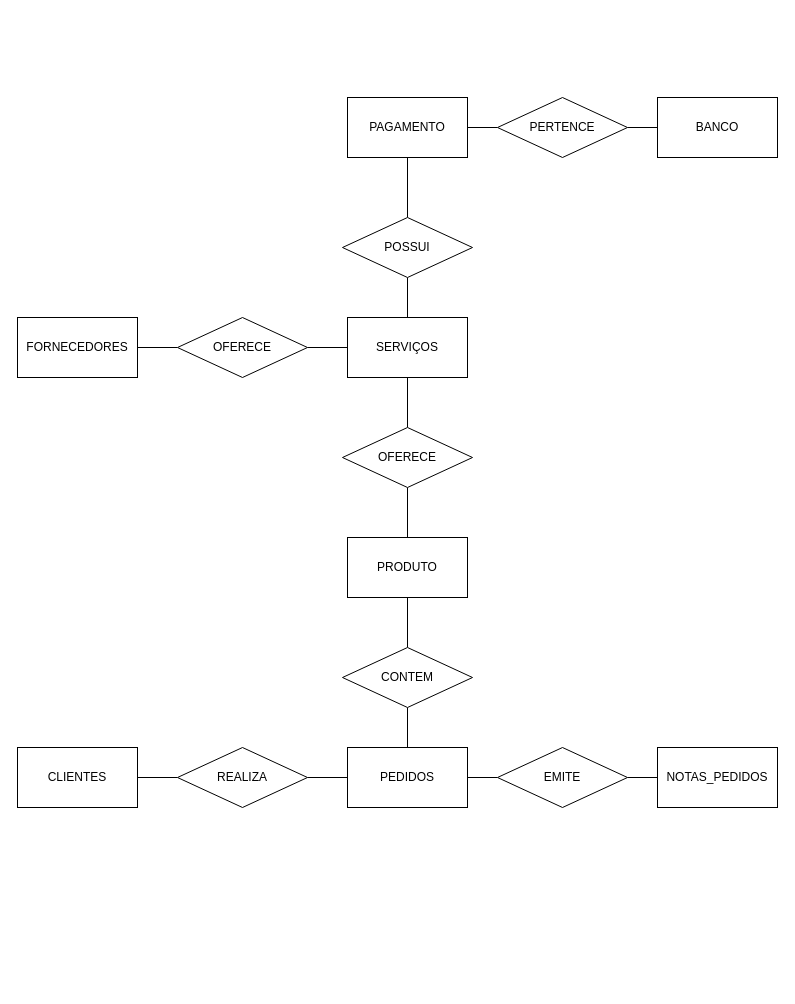
This is agencia_de_turismo_DER.drawio from GustavoSouza123/ERDs, a draw.io file, before an edit. Source tidied: cells renumbered, new cells numbered last; positions are measured from the earlier drawing's top-left corner, leaving out a move shared by most shapes. Both pictures are drawn from the tidied source at 100%, with x=0, y=0 at pixel (17, 97).
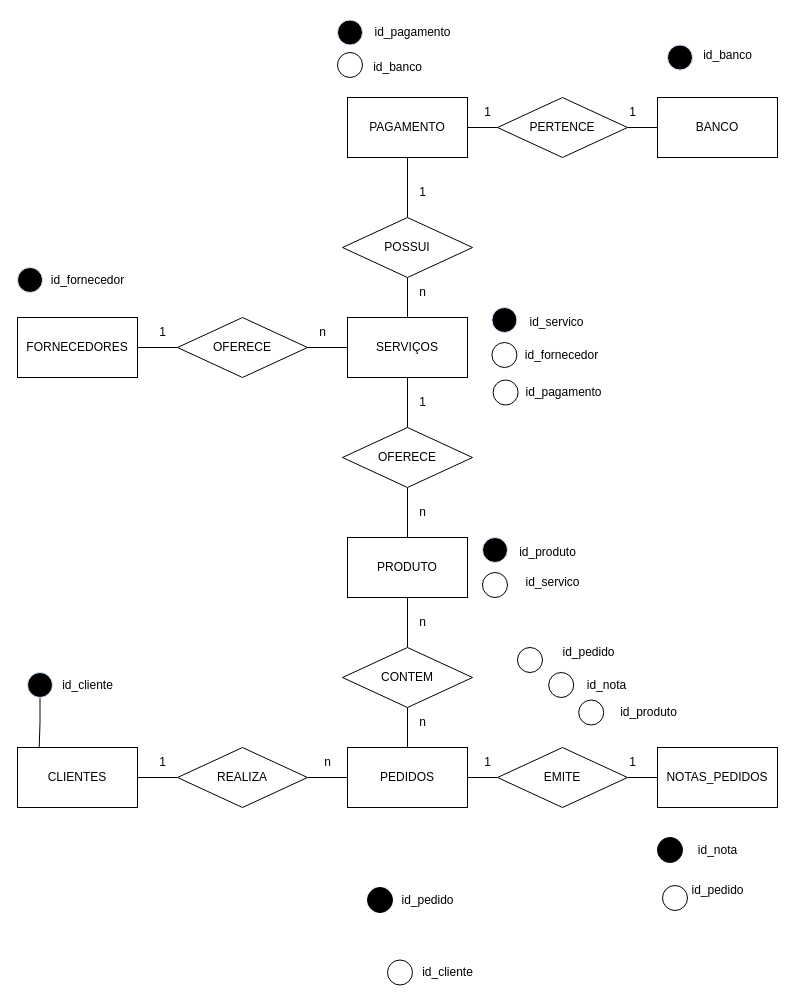
Above is the later version.

Commit message:
almost finished: agencia_de_turismo_DER.drawio

Unchanged cells that the change refers to:
```xml
<mxCell id="13" value="CLIENTES" style="rounded=0;whiteSpace=wrap;html=1;" parent="1" vertex="1">
  <mxGeometry y="650" width="120" height="60" as="geometry" />
</mxCell>
```

What changed in the source:
```diff
@@
+    <mxCell id="31" value="1" style="text;html=1;align=center;verticalAlign=middle;strokeColor=none;fillColor=none;" parent="1" vertex="1">
+      <mxGeometry x="130" y="220" width="30" height="30" as="geometry" />
+    </mxCell>
+    <mxCell id="32" value="n" style="text;html=1;align=center;verticalAlign=middle;strokeColor=none;fillColor=none;" parent="1" vertex="1">
+      <mxGeometry x="290" y="220" width="30" height="30" as="geometry" />
+    </mxCell>
+    <mxCell id="33" value="1" style="text;html=1;align=center;verticalAlign=middle;strokeColor=none;fillColor=none;" parent="1" vertex="1">
+      <mxGeometry x="390" y="290" width="30" height="30" as="geometry" />
+    </mxCell>
+    <mxCell id="34" value="n" style="text;html=1;align=center;verticalAlign=middle;strokeColor=none;fillColor=none;" parent="1" vertex="1">
+      <mxGeometry x="390" y="400" width="30" height="30" as="geometry" />
+    </mxCell>
+    <mxCell id="35" value="1" style="text;html=1;align=center;verticalAlign=middle;strokeColor=none;fillColor=none;" parent="1" vertex="1">
+      <mxGeometry x="390" y="80" width="30" height="30" as="geometry" />
+    </mxCell>
+    <mxCell id="36" value="n" style="text;html=1;align=center;verticalAlign=middle;strokeColor=none;fillColor=none;" parent="1" vertex="1">
+      <mxGeometry x="390" y="180" width="30" height="30" as="geometry" />
+    </mxCell>
+    <mxCell id="37" value="1" style="text;html=1;align=center;verticalAlign=middle;strokeColor=none;fillColor=none;" parent="1" vertex="1">
+      <mxGeometry x="600" width="30" height="30" as="geometry" />
+    </mxCell>
+    <mxCell id="38" value="1" style="text;html=1;align=center;verticalAlign=middle;strokeColor=none;fillColor=none;" parent="1" vertex="1">
+      <mxGeometry x="455" width="30" height="30" as="geometry" />
+    </mxCell>
+    <mxCell id="39" value="n" style="text;html=1;align=center;verticalAlign=middle;strokeColor=none;fillColor=none;" parent="1" vertex="1">
+      <mxGeometry x="390" y="610" width="30" height="30" as="geometry" />
+    </mxCell>
+    <mxCell id="40" value="n" style="text;html=1;align=center;verticalAlign=middle;strokeColor=none;fillColor=none;" parent="1" vertex="1">
+      <mxGeometry x="390" y="510" width="30" height="30" as="geometry" />
+    </mxCell>
+    <mxCell id="41" value="1" style="text;html=1;align=center;verticalAlign=middle;strokeColor=none;fillColor=none;" parent="1" vertex="1">
+      <mxGeometry x="455" y="650" width="30" height="30" as="geometry" />
+    </mxCell>
+    <mxCell id="42" value="1" style="text;html=1;align=center;verticalAlign=middle;strokeColor=none;fillColor=none;" parent="1" vertex="1">
+      <mxGeometry x="600" y="650" width="30" height="30" as="geometry" />
+    </mxCell>
+    <mxCell id="43" value="n" style="text;html=1;align=center;verticalAlign=middle;strokeColor=none;fillColor=none;" parent="1" vertex="1">
+      <mxGeometry x="295" y="650" width="30" height="30" as="geometry" />
+    </mxCell>
+    <mxCell id="44" value="1" style="text;html=1;align=center;verticalAlign=middle;strokeColor=none;fillColor=none;" parent="1" vertex="1">
+      <mxGeometry x="130" y="650" width="30" height="30" as="geometry" />
+    </mxCell>
+    <mxCell id="45" style="edgeStyle=orthogonalEdgeStyle;rounded=0;jettySize=auto;html=1;exitX=0.5;exitY=1;exitDx=0;exitDy=0;entryX=0.181;entryY=-0.005;entryDx=0;entryDy=0;entryPerimeter=0;endArrow=none;endFill=0;" parent="1" edge="1" source="46" target="13">
+      <mxGeometry relative="1" as="geometry" />
+    </mxCell>
+    <mxCell id="46" style="ellipse;whiteSpace=wrap;html=1;fillColor=#000000;strokeColor=#DAE8FC;gradientColor=none;gradientDirection=radial;" parent="1" vertex="1">
+      <mxGeometry x="10" y="575" width="25" height="25" as="geometry" />
+    </mxCell>
+    <mxCell id="47" value="id_cliente" style="text;html=1;align=center;verticalAlign=middle;strokeColor=none;fillColor=none;" parent="1" vertex="1">
+      <mxGeometry x="35" y="572.5" width="70" height="30" as="geometry" />
+    </mxCell>
+    <mxCell id="48" style="ellipse;whiteSpace=wrap;html=1;fillColor=#000000;strokeColor=#000000;gradientColor=none;gradientDirection=radial;" parent="1" vertex="1">
+      <mxGeometry x="350" y="790" width="25" height="25" as="geometry" />
+    </mxCell>
+    <mxCell id="49" value="id_pedido" style="text;html=1;align=center;verticalAlign=middle;strokeColor=none;fillColor=none;" parent="1" vertex="1">
+      <mxGeometry x="370" y="788" width="80" height="30" as="geometry" />
+    </mxCell>
+    <mxCell id="50" style="ellipse;whiteSpace=wrap;html=1;fillColor=none;strokeColor=#000000;gradientColor=none;gradientDirection=radial;" parent="1" vertex="1">
+      <mxGeometry x="370" y="862.5" width="25" height="25" as="geometry" />
+    </mxCell>
+    <mxCell id="51" value="id_cliente" style="text;html=1;align=center;verticalAlign=middle;strokeColor=none;fillColor=none;" parent="1" vertex="1">
+      <mxGeometry x="395" y="860" width="70" height="30" as="geometry" />
+    </mxCell>
+    <mxCell id="52" style="ellipse;whiteSpace=wrap;html=1;fillColor=#000000;strokeColor=#000000;gradientColor=none;gradientDirection=radial;" parent="1" vertex="1">
+      <mxGeometry x="640" y="740" width="25" height="25" as="geometry" />
+    </mxCell>
+    <mxCell id="53" value="id_nota" style="text;html=1;align=center;verticalAlign=middle;strokeColor=none;fillColor=none;" parent="1" vertex="1">
+      <mxGeometry x="670" y="738" width="60" height="30" as="geometry" />
+    </mxCell>
+    <mxCell id="54" style="ellipse;whiteSpace=wrap;html=1;fillColor=none;strokeColor=#000000;gradientColor=none;gradientDirection=radial;" parent="1" vertex="1">
+      <mxGeometry x="645" y="788" width="25" height="25" as="geometry" />
+    </mxCell>
+    <mxCell id="55" value="id_pedido" style="text;html=1;align=center;verticalAlign=middle;strokeColor=none;fillColor=none;" parent="1" vertex="1">
+      <mxGeometry x="660" y="778" width="80" height="30" as="geometry" />
+    </mxCell>
+    <mxCell id="56" style="ellipse;whiteSpace=wrap;html=1;fillColor=none;strokeColor=#000000;gradientColor=none;gradientDirection=radial;" parent="1" vertex="1">
+      <mxGeometry x="500" y="550" width="25" height="25" as="geometry" />
+    </mxCell>
+    <mxCell id="57" value="id_nota" style="text;html=1;align=center;verticalAlign=middle;strokeColor=none;fillColor=none;" parent="1" vertex="1">
+      <mxGeometry x="558.8" y="572.5" width="60" height="30" as="geometry" />
+    </mxCell>
+    <mxCell id="58" style="ellipse;whiteSpace=wrap;html=1;fillColor=none;strokeColor=#000000;gradientColor=none;gradientDirection=radial;" parent="1" vertex="1">
+      <mxGeometry x="531.2" y="575" width="25" height="25" as="geometry" />
+    </mxCell>
+    <mxCell id="59" value="id_pedido" style="text;html=1;align=center;verticalAlign=middle;strokeColor=none;fillColor=none;" parent="1" vertex="1">
+      <mxGeometry x="531.2" y="540" width="80" height="30" as="geometry" />
+    </mxCell>
+    <mxCell id="60" style="ellipse;whiteSpace=wrap;html=1;fillColor=none;strokeColor=#000000;gradientColor=none;gradientDirection=radial;" parent="1" vertex="1">
+      <mxGeometry x="561.2" y="602.5" width="25" height="25" as="geometry" />
+    </mxCell>
+    <mxCell id="61" value="id_produto" style="text;html=1;align=center;verticalAlign=middle;strokeColor=none;fillColor=none;" parent="1" vertex="1">
+      <mxGeometry x="591.2" y="600" width="80" height="30" as="geometry" />
+    </mxCell>
+    <mxCell id="62" style="ellipse;whiteSpace=wrap;html=1;fillColor=none;strokeColor=#000000;gradientColor=none;gradientDirection=radial;" parent="1" vertex="1">
+      <mxGeometry x="465" y="475" width="25" height="25" as="geometry" />
+    </mxCell>
+    <mxCell id="63" value="id_produto" style="text;html=1;align=center;verticalAlign=middle;strokeColor=none;fillColor=none;" parent="1" vertex="1">
+      <mxGeometry x="490" y="440" width="80" height="30" as="geometry" />
+    </mxCell>
+    <mxCell id="64" style="ellipse;whiteSpace=wrap;html=1;fillColor=#000000;strokeColor=#DAE8FC;gradientColor=none;gradientDirection=radial;" parent="1" vertex="1">
+      <mxGeometry x="465" y="440" width="25" height="25" as="geometry" />
+    </mxCell>
+    <mxCell id="65" value="id_servico" style="text;html=1;align=center;verticalAlign=middle;strokeColor=none;fillColor=none;" parent="1" vertex="1">
+      <mxGeometry x="495" y="470" width="80" height="30" as="geometry" />
+    </mxCell>
+    <mxCell id="66" style="ellipse;whiteSpace=wrap;html=1;fillColor=none;strokeColor=#000000;gradientColor=none;gradientDirection=radial;" parent="1" vertex="1">
+      <mxGeometry x="474.4" y="245" width="25" height="25" as="geometry" />
+    </mxCell>
+    <mxCell id="67" style="ellipse;whiteSpace=wrap;html=1;fillColor=#000000;strokeColor=#DAE8FC;gradientColor=none;gradientDirection=radial;" parent="1" vertex="1">
+      <mxGeometry x="474.4" y="210" width="25" height="25" as="geometry" />
+    </mxCell>
+    <mxCell id="68" value="id_servico" style="text;html=1;align=center;verticalAlign=middle;strokeColor=none;fillColor=none;" parent="1" vertex="1">
+      <mxGeometry x="499.4" y="210" width="80" height="30" as="geometry" />
+    </mxCell>
+    <mxCell id="69" value="id_fornecedor" style="text;html=1;align=center;verticalAlign=middle;strokeColor=none;fillColor=none;" parent="1" vertex="1">
+      <mxGeometry x="494.4" y="242.5" width="100" height="30" as="geometry" />
+    </mxCell>
+    <mxCell id="70" style="ellipse;whiteSpace=wrap;html=1;fillColor=none;strokeColor=#000000;gradientColor=none;gradientDirection=radial;" parent="1" vertex="1">
+      <mxGeometry x="475.6" y="282.5" width="25" height="25" as="geometry" />
+    </mxCell>
+    <mxCell id="71" value="id_pagamento" style="text;html=1;align=center;verticalAlign=middle;strokeColor=none;fillColor=none;" parent="1" vertex="1">
+      <mxGeometry x="495.6" y="280" width="100" height="30" as="geometry" />
+    </mxCell>
+    <mxCell id="72" style="ellipse;whiteSpace=wrap;html=1;fillColor=#000000;strokeColor=#DAE8FC;gradientColor=none;gradientDirection=radial;" parent="1" vertex="1">
+      <mxGeometry y="170" width="25" height="25" as="geometry" />
+    </mxCell>
+    <mxCell id="73" value="id_fornecedor" style="text;html=1;align=center;verticalAlign=middle;strokeColor=none;fillColor=none;" parent="1" vertex="1">
+      <mxGeometry x="20" y="167.5" width="100" height="30" as="geometry" />
+    </mxCell>
+    <mxCell id="74" style="ellipse;whiteSpace=wrap;html=1;fillColor=#000000;strokeColor=#DAE8FC;gradientColor=none;gradientDirection=radial;" parent="1" vertex="1">
+      <mxGeometry x="320" y="-77.5" width="25" height="25" as="geometry" />
+    </mxCell>
+    <mxCell id="75" value="id_pagamento" style="text;html=1;align=center;verticalAlign=middle;strokeColor=none;fillColor=none;" parent="1" vertex="1">
+      <mxGeometry x="345" y="-80" width="100" height="30" as="geometry" />
+    </mxCell>
+    <mxCell id="76" style="ellipse;whiteSpace=wrap;html=1;fillColor=none;strokeColor=#000000;gradientColor=none;gradientDirection=radial;" parent="1" vertex="1">
+      <mxGeometry x="320" y="-45" width="25" height="25" as="geometry" />
+    </mxCell>
+    <mxCell id="77" value="id_banco" style="text;html=1;align=center;verticalAlign=middle;strokeColor=none;fillColor=none;" parent="1" vertex="1">
+      <mxGeometry x="345" y="-45" width="70" height="30" as="geometry" />
+    </mxCell>
+    <mxCell id="78" value="id_banco" style="text;html=1;align=center;verticalAlign=middle;strokeColor=none;fillColor=none;" parent="1" vertex="1">
+      <mxGeometry x="675" y="-57.5" width="70" height="30" as="geometry" />
+    </mxCell>
+    <mxCell id="79" style="ellipse;whiteSpace=wrap;html=1;fillColor=#000000;strokeColor=#DAE8FC;gradientColor=none;gradientDirection=radial;" parent="1" vertex="1">
+      <mxGeometry x="650" y="-52.5" width="25" height="25" as="geometry" />
+    </mxCell>
```
